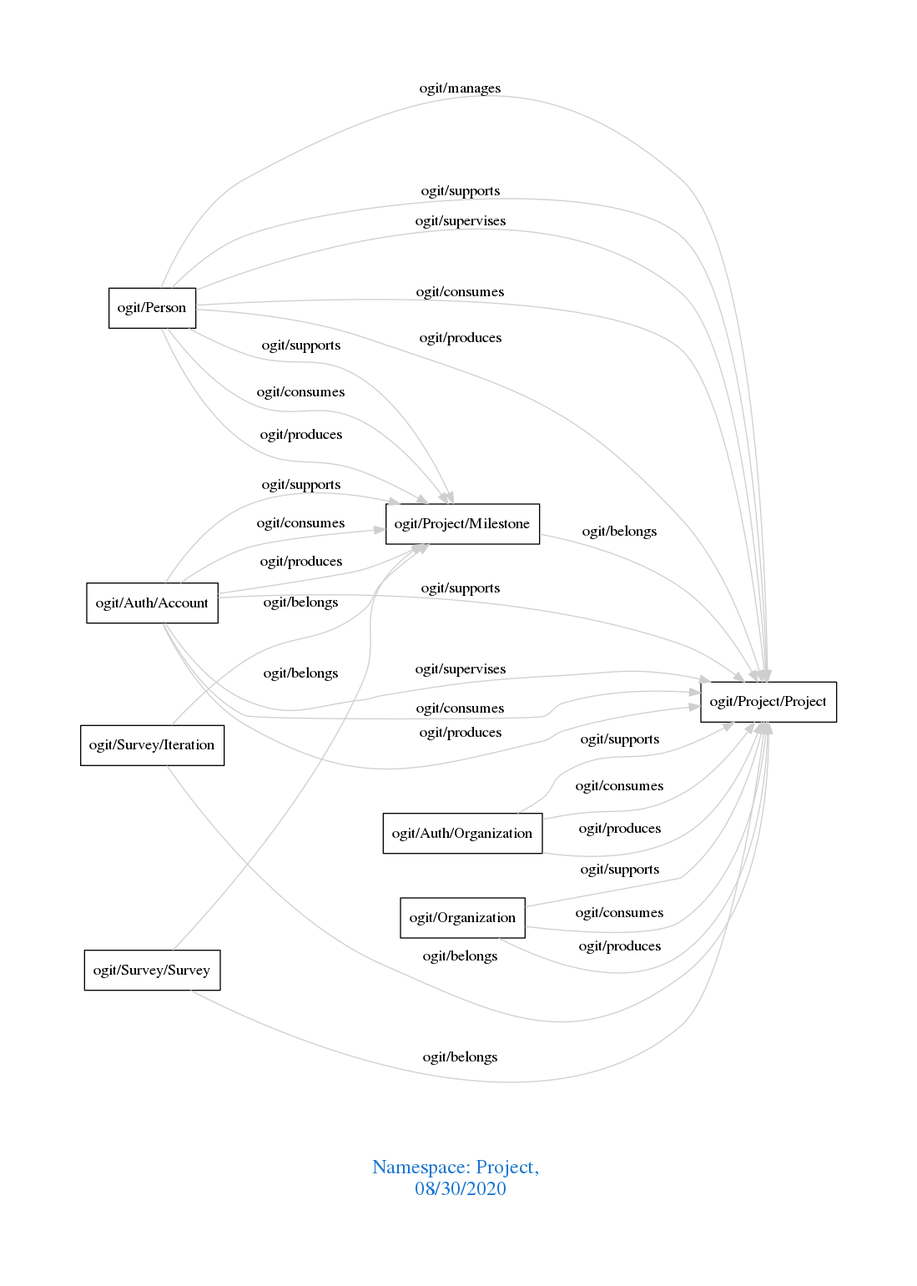
Before: downloads/Project.png, a diagram exported from Graphviz (arago/OGIT). Its source is kept beside it as downloads/Project.dot.
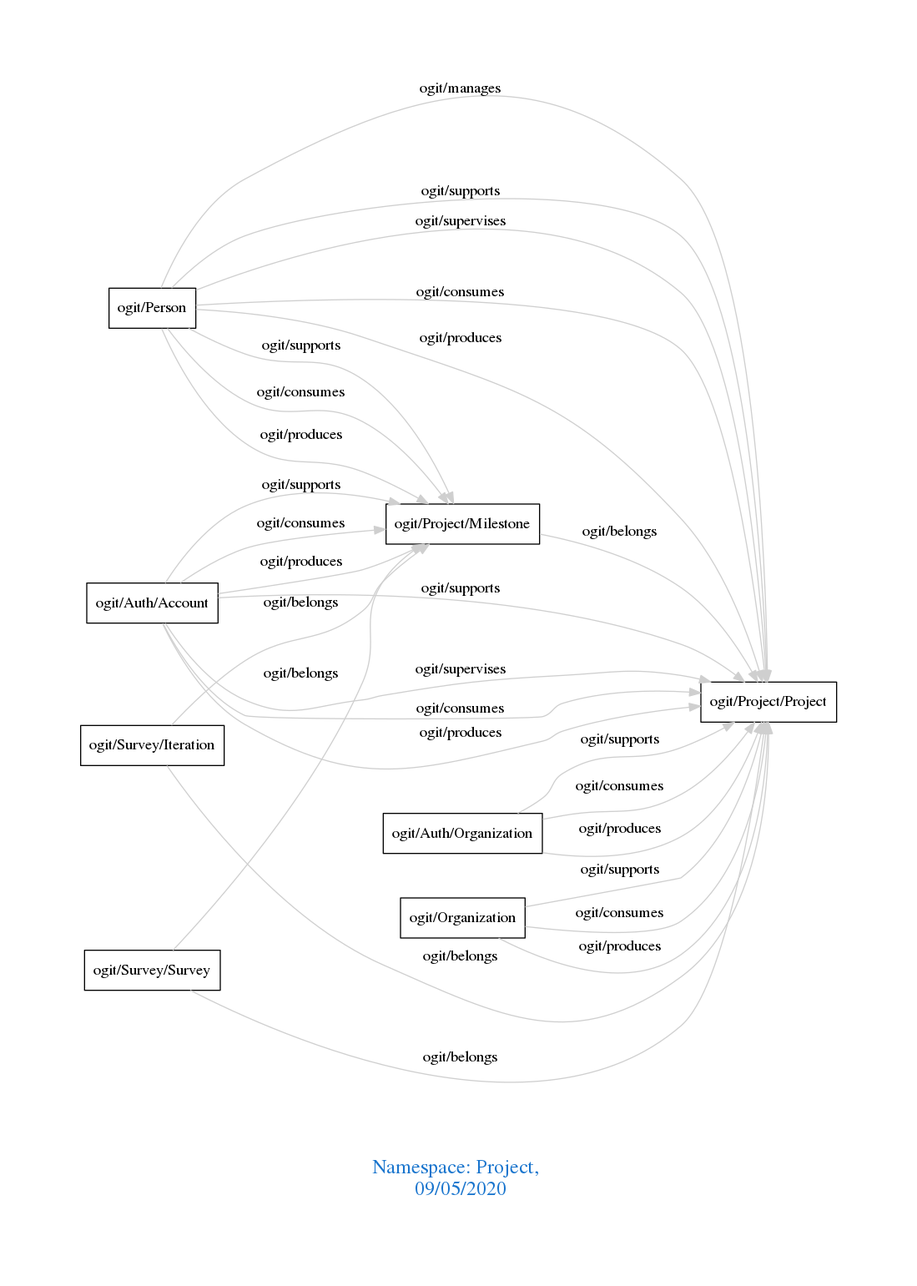
The same file after the commit.

The edit, as a diff of the source:
```diff
@@ -1,7 +1,7 @@
 digraph OGIT_ontology {
  graph [ rankdir= LR,pad=1
 fontsize = 18,
-fontcolor= dodgerblue3,label = "\n\n\nNamespace: Project, \n 08/30/2020"];
+fontcolor= dodgerblue3,label = "\n\n\nNamespace: Project, \n 09/05/2020"];
 node[shape=polygon];
 edge [  color="gray81"];
 
```
